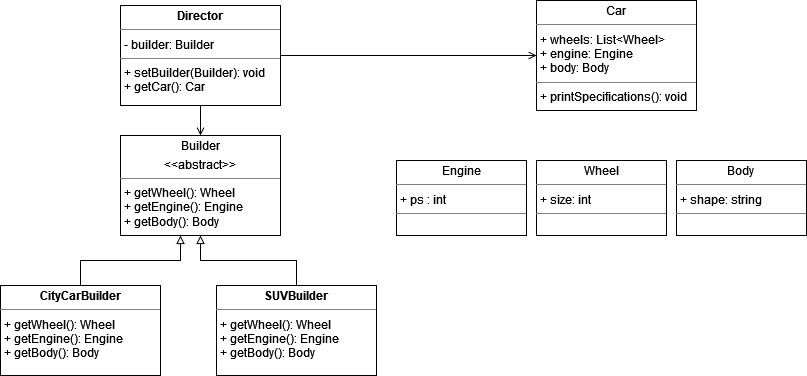
Before: Builder/car_builder.png, a diagram exported from draw.io (clstaudt/cpp-patterns). Source tidied: cells renumbered, new cells last; positions are measured from the earlier drawing's top-left corner, leaving out a move shared by most shapes. Its diagram source:
```xml
<mxGraphModel>
  <root>
    <mxCell id="0" />
    <mxCell id="1" parent="0" />
    <mxCell id="2" style="edgeStyle=orthogonalEdgeStyle;rounded=0;jettySize=auto;html=1;entryX=0.5;entryY=0;entryDx=0;entryDy=0;endArrow=open;endFill=0;" parent="1" edge="1" source="4" target="7">
      <mxGeometry relative="1" as="geometry" />
    </mxCell>
    <mxCell id="3" style="edgeStyle=orthogonalEdgeStyle;rounded=0;jettySize=auto;html=1;entryX=0;entryY=0.5;entryDx=0;entryDy=0;endArrow=open;endFill=0;" parent="1" edge="1" source="4" target="5">
      <mxGeometry relative="1" as="geometry" />
    </mxCell>
    <mxCell id="4" value="&lt;p style=&quot;margin:0px;margin-top:4px;text-align:center;&quot;&gt;&lt;b&gt;Director&lt;/b&gt;&lt;/p&gt;&lt;hr size=&quot;1&quot;&gt;&lt;p style=&quot;margin:0px;margin-left:4px;&quot;&gt;- builder: Builder&lt;/p&gt;&lt;hr size=&quot;1&quot;&gt;&lt;p style=&quot;margin:0px;margin-left:4px;&quot;&gt;+ setBuilder(Builder): void&lt;/p&gt;&lt;p style=&quot;margin:0px;margin-left:4px;&quot;&gt;+ getCar(): Car&lt;br&gt;&lt;/p&gt;" style="verticalAlign=top;align=left;overflow=fill;fontSize=12;fontFamily=Helvetica;html=1;" parent="1" vertex="1">
      <mxGeometry x="120" y="5" width="160" height="100" as="geometry" />
    </mxCell>
    <mxCell id="5" value="&lt;p style=&quot;margin:0px;margin-top:4px;text-align:center;&quot;&gt;Car&lt;/p&gt;&lt;hr size=&quot;1&quot;&gt;&lt;p style=&quot;margin:0px;margin-left:4px;&quot;&gt;+ wheels: List&amp;lt;Wheel&amp;gt;&lt;/p&gt;&lt;p style=&quot;margin:0px;margin-left:4px;&quot;&gt;+ engine: Engine&lt;/p&gt;&lt;p style=&quot;margin:0px;margin-left:4px;&quot;&gt;+ body: Body&lt;br&gt;&lt;/p&gt;&lt;hr size=&quot;1&quot;&gt;&lt;p style=&quot;margin:0px;margin-left:4px;&quot;&gt;+ printSpecifications(): void&lt;/p&gt;" style="verticalAlign=top;align=left;overflow=fill;fontSize=12;fontFamily=Helvetica;html=1;" parent="1" vertex="1">
      <mxGeometry x="536" width="160" height="110" as="geometry" />
    </mxCell>
    <mxCell id="6" value="&lt;p style=&quot;margin:0px;margin-top:4px;text-align:center;&quot;&gt;Engine&lt;/p&gt;&lt;hr size=&quot;1&quot;&gt;&lt;p style=&quot;margin:0px;margin-left:4px;&quot;&gt;+ ps : int&lt;/p&gt;&lt;hr size=&quot;1&quot;&gt;" style="verticalAlign=top;align=left;overflow=fill;fontSize=12;fontFamily=Helvetica;html=1;" parent="1" vertex="1">
      <mxGeometry x="396" y="160" width="130" height="75" as="geometry" />
    </mxCell>
    <mxCell id="7" value="&lt;p style=&quot;margin:0px;margin-top:4px;text-align:center;&quot;&gt;Builder&lt;/p&gt;&lt;p style=&quot;margin:0px;margin-top:4px;text-align:center;&quot;&gt;&amp;lt;&amp;lt;abstract&amp;gt;&amp;gt;&lt;br&gt;&lt;/p&gt;&lt;hr size=&quot;1&quot;&gt;&lt;p style=&quot;margin:0px;margin-left:4px;&quot;&gt;+ getWheel(): Wheel&lt;/p&gt;&lt;p style=&quot;margin:0px;margin-left:4px;&quot;&gt;+ getEngine(): Engine&lt;/p&gt;&lt;p style=&quot;margin:0px;margin-left:4px;&quot;&gt;+ getBody(): Body&lt;br&gt;&lt;/p&gt;" style="verticalAlign=top;align=left;overflow=fill;fontSize=12;fontFamily=Helvetica;html=1;" parent="1" vertex="1">
      <mxGeometry x="120" y="135" width="160" height="100" as="geometry" />
    </mxCell>
    <mxCell id="8" style="edgeStyle=orthogonalEdgeStyle;rounded=0;jettySize=auto;html=1;endArrow=block;endFill=0;exitX=0.5;exitY=0;exitDx=0;exitDy=0;" parent="1" edge="1" source="9">
      <mxGeometry relative="1" as="geometry">
        <mxPoint x="180" y="235" as="targetPoint" />
      </mxGeometry>
    </mxCell>
    <mxCell id="9" value="&lt;p style=&quot;margin:0px;margin-top:4px;text-align:center;&quot;&gt;&lt;b&gt;CityCarBuilder&lt;/b&gt;&lt;/p&gt;&lt;hr size=&quot;1&quot;&gt;&lt;p style=&quot;margin:0px;margin-left:4px;&quot;&gt;+ getWheel(): Wheel&lt;/p&gt;&lt;p style=&quot;margin:0px;margin-left:4px;&quot;&gt;+ getEngine(): Engine&lt;/p&gt;&lt;p style=&quot;margin:0px;margin-left:4px;&quot;&gt;+ getBody(): Body&lt;/p&gt;" style="verticalAlign=top;align=left;overflow=fill;fontSize=12;fontFamily=Helvetica;html=1;" parent="1" vertex="1">
      <mxGeometry y="285" width="160" height="90" as="geometry" />
    </mxCell>
    <mxCell id="10" style="edgeStyle=orthogonalEdgeStyle;rounded=0;jettySize=auto;html=1;exitX=0.5;exitY=0;exitDx=0;exitDy=0;entryX=0.5;entryY=1;entryDx=0;entryDy=0;endArrow=block;endFill=0;" parent="1" edge="1" source="11" target="7">
      <mxGeometry relative="1" as="geometry" />
    </mxCell>
    <mxCell id="11" value="&lt;p style=&quot;margin:0px;margin-top:4px;text-align:center;&quot;&gt;&lt;b&gt;SUVBuilder&lt;/b&gt;&lt;/p&gt;&lt;hr size=&quot;1&quot;&gt;&lt;p style=&quot;margin:0px;margin-left:4px;&quot;&gt;+ getWheel(): Wheel&lt;/p&gt;&lt;p style=&quot;margin:0px;margin-left:4px;&quot;&gt;+ getEngine(): Engine&lt;/p&gt;&lt;p style=&quot;margin:0px;margin-left:4px;&quot;&gt;+ getBody(): Body&lt;/p&gt;" style="verticalAlign=top;align=left;overflow=fill;fontSize=12;fontFamily=Helvetica;html=1;" parent="1" vertex="1">
      <mxGeometry x="216" y="285" width="160" height="90" as="geometry" />
    </mxCell>
    <mxCell id="12" value="&lt;p style=&quot;margin:0px;margin-top:4px;text-align:center;&quot;&gt;Wheel&lt;/p&gt;&lt;hr size=&quot;1&quot;&gt;&lt;p style=&quot;margin:0px;margin-left:4px;&quot;&gt;+ size: int&lt;/p&gt;&lt;hr size=&quot;1&quot;&gt;" style="verticalAlign=top;align=left;overflow=fill;fontSize=12;fontFamily=Helvetica;html=1;" parent="1" vertex="1">
      <mxGeometry x="536" y="160" width="130" height="75" as="geometry" />
    </mxCell>
    <mxCell id="13" value="&lt;p style=&quot;margin:0px;margin-top:4px;text-align:center;&quot;&gt;Body&lt;br&gt;&lt;/p&gt;&lt;hr size=&quot;1&quot;&gt;&lt;p style=&quot;margin:0px;margin-left:4px;&quot;&gt;+ shape: string&lt;/p&gt;&lt;hr size=&quot;1&quot;&gt;" style="verticalAlign=top;align=left;overflow=fill;fontSize=12;fontFamily=Helvetica;html=1;" parent="1" vertex="1">
      <mxGeometry x="676" y="160" width="130" height="75" as="geometry" />
    </mxCell>
  </root>
</mxGraphModel>
```
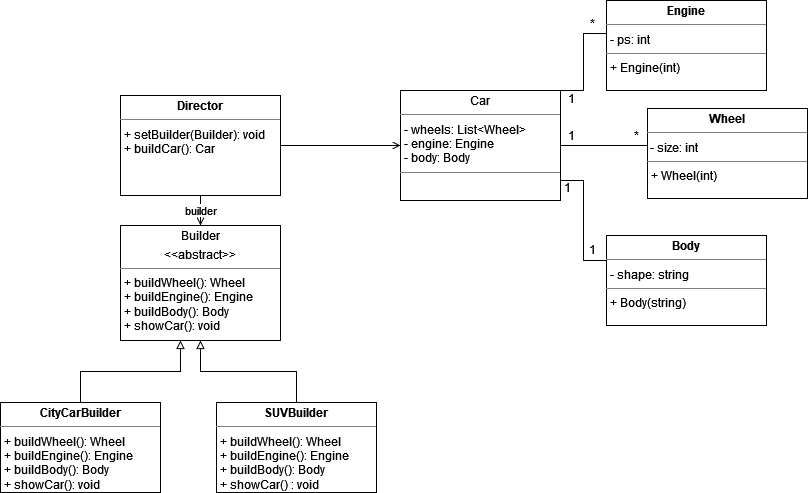
The same file after the commit.

Diff of the diagram source:
```diff
@@ -2,43 +2,81 @@
   <root>
     <mxCell id="0" />
     <mxCell id="1" parent="0" />
-    <mxCell id="2" style="edgeStyle=orthogonalEdgeStyle;rounded=0;jettySize=auto;html=1;entryX=0.5;entryY=0;entryDx=0;entryDy=0;endArrow=open;endFill=0;" parent="1" edge="1" source="4" target="7">
+    <mxCell id="2" value="builder" style="edgeStyle=orthogonalEdgeStyle;rounded=0;jettySize=auto;html=1;entryX=0.5;entryY=0;entryDx=0;entryDy=0;endArrow=open;endFill=0;" parent="1" edge="1" source="4" target="7">
       <mxGeometry relative="1" as="geometry" />
     </mxCell>
     <mxCell id="3" style="edgeStyle=orthogonalEdgeStyle;rounded=0;jettySize=auto;html=1;entryX=0;entryY=0.5;entryDx=0;entryDy=0;endArrow=open;endFill=0;" parent="1" edge="1" source="4" target="5">
       <mxGeometry relative="1" as="geometry" />
     </mxCell>
-    <mxCell id="4" value="&lt;p style=&quot;margin:0px;margin-top:4px;text-align:center;&quot;&gt;&lt;b&gt;Director&lt;/b&gt;&lt;/p&gt;&lt;hr size=&quot;1&quot;&gt;&lt;p style=&quot;margin:0px;margin-left:4px;&quot;&gt;- builder: Builder&lt;/p&gt;&lt;hr size=&quot;1&quot;&gt;&lt;p style=&quot;margin:0px;margin-left:4px;&quot;&gt;+ setBuilder(Builder): void&lt;/p&gt;&lt;p style=&quot;margin:0px;margin-left:4px;&quot;&gt;+ getCar(): Car&lt;br&gt;&lt;/p&gt;" style="verticalAlign=top;align=left;overflow=fill;fontSize=12;fontFamily=Helvetica;html=1;" parent="1" vertex="1">
+    <mxCell id="4" value="&lt;p style=&quot;margin:0px;margin-top:4px;text-align:center;&quot;&gt;&lt;b&gt;Director&lt;/b&gt;&lt;/p&gt;&lt;hr size=&quot;1&quot;&gt;&lt;p style=&quot;margin:0px;margin-left:4px;&quot;&gt;+ setBuilder(Builder): void&lt;/p&gt;&lt;p style=&quot;margin:0px;margin-left:4px;&quot;&gt;+ buildCar(): Car&lt;br&gt;&lt;/p&gt;" style="verticalAlign=top;align=left;overflow=fill;fontSize=12;fontFamily=Helvetica;html=1;" parent="1" vertex="1">
       <mxGeometry x="120" y="5" width="160" height="100" as="geometry" />
     </mxCell>
+    <mxCell id="14" style="edgeStyle=orthogonalEdgeStyle;rounded=0;jettySize=auto;html=1;entryX=0.019;entryY=0.411;entryDx=0;entryDy=0;entryPerimeter=0;endArrow=none;endFill=0;startArrow=none;startFill=0;" parent="1" edge="1" source="5" target="18">
+      <mxGeometry relative="1" as="geometry" />
+    </mxCell>
+    <mxCell id="15" style="edgeStyle=orthogonalEdgeStyle;rounded=0;jettySize=auto;html=1;entryX=0.013;entryY=0.367;entryDx=0;entryDy=0;entryPerimeter=0;startArrow=none;startFill=0;endArrow=none;endFill=0;" parent="1" edge="1" source="5" target="17">
+      <mxGeometry relative="1" as="geometry">
+        <Array as="points">
+          <mxPoint x="583" />
+          <mxPoint x="583" y="-57" />
+        </Array>
+      </mxGeometry>
+    </mxCell>
+    <mxCell id="16" style="edgeStyle=orthogonalEdgeStyle;rounded=0;jettySize=auto;html=1;entryX=0;entryY=0.25;entryDx=0;entryDy=0;startArrow=none;startFill=0;endArrow=none;endFill=0;" parent="1" edge="1" source="5" target="19">
+      <mxGeometry relative="1" as="geometry">
+        <Array as="points">
+          <mxPoint x="583" y="90" />
+          <mxPoint x="583" y="170" />
+          <mxPoint x="606" y="170" />
+        </Array>
+      </mxGeometry>
+    </mxCell>
-    <mxCell id="5" value="&lt;p style=&quot;margin:0px;margin-top:4px;text-align:center;&quot;&gt;Car&lt;/p&gt;&lt;hr size=&quot;1&quot;&gt;&lt;p style=&quot;margin:0px;margin-left:4px;&quot;&gt;+ wheels: List&amp;lt;Wheel&amp;gt;&lt;/p&gt;&lt;p style=&quot;margin:0px;margin-left:4px;&quot;&gt;+ engine: Engine&lt;/p&gt;&lt;p style=&quot;margin:0px;margin-left:4px;&quot;&gt;+ body: Body&lt;br&gt;&lt;/p&gt;&lt;hr size=&quot;1&quot;&gt;&lt;p style=&quot;margin:0px;margin-left:4px;&quot;&gt;+ printSpecifications(): void&lt;/p&gt;" style="verticalAlign=top;align=left;overflow=fill;fontSize=12;fontFamily=Helvetica;html=1;" parent="1" vertex="1">
-      <mxGeometry x="536" width="160" height="110" as="geometry" />
+    <mxCell id="5" value="&lt;p style=&quot;margin:0px;margin-top:4px;text-align:center;&quot;&gt;Car&lt;/p&gt;&lt;hr size=&quot;1&quot;&gt;&lt;p style=&quot;margin:0px;margin-left:4px;&quot;&gt;- wheels: List&amp;lt;Wheel&amp;gt;&lt;/p&gt;&lt;p style=&quot;margin:0px;margin-left:4px;&quot;&gt;- engine: Engine&lt;/p&gt;&lt;p style=&quot;margin:0px;margin-left:4px;&quot;&gt;- body: Body&lt;br&gt;&lt;/p&gt;&lt;hr size=&quot;1&quot;&gt;" style="verticalAlign=top;align=left;overflow=fill;fontSize=12;fontFamily=Helvetica;html=1;" parent="1" vertex="1">
+      <mxGeometry x="400" width="160" height="110" as="geometry" />
     </mxCell>
-    <mxCell id="6" value="&lt;p style=&quot;margin:0px;margin-top:4px;text-align:center;&quot;&gt;Engine&lt;/p&gt;&lt;hr size=&quot;1&quot;&gt;&lt;p style=&quot;margin:0px;margin-left:4px;&quot;&gt;+ ps : int&lt;/p&gt;&lt;hr size=&quot;1&quot;&gt;" style="verticalAlign=top;align=left;overflow=fill;fontSize=12;fontFamily=Helvetica;html=1;" parent="1" vertex="1">
-      <mxGeometry x="396" y="160" width="130" height="75" as="geometry" />
-    </mxCell>
-    <mxCell id="7" value="&lt;p style=&quot;margin:0px;margin-top:4px;text-align:center;&quot;&gt;Builder&lt;/p&gt;&lt;p style=&quot;margin:0px;margin-top:4px;text-align:center;&quot;&gt;&amp;lt;&amp;lt;abstract&amp;gt;&amp;gt;&lt;br&gt;&lt;/p&gt;&lt;hr size=&quot;1&quot;&gt;&lt;p style=&quot;margin:0px;margin-left:4px;&quot;&gt;+ getWheel(): Wheel&lt;/p&gt;&lt;p style=&quot;margin:0px;margin-left:4px;&quot;&gt;+ getEngine(): Engine&lt;/p&gt;&lt;p style=&quot;margin:0px;margin-left:4px;&quot;&gt;+ getBody(): Body&lt;br&gt;&lt;/p&gt;" style="verticalAlign=top;align=left;overflow=fill;fontSize=12;fontFamily=Helvetica;html=1;" parent="1" vertex="1">
-      <mxGeometry x="120" y="135" width="160" height="100" as="geometry" />
+    <mxCell id="7" value="&lt;p style=&quot;margin:0px;margin-top:4px;text-align:center;&quot;&gt;Builder&lt;/p&gt;&lt;p style=&quot;margin:0px;margin-top:4px;text-align:center;&quot;&gt;&amp;lt;&amp;lt;abstract&amp;gt;&amp;gt;&lt;br&gt;&lt;/p&gt;&lt;hr size=&quot;1&quot;&gt;&lt;p style=&quot;margin:0px;margin-left:4px;&quot;&gt;+ buildWheel(): Wheel&lt;/p&gt;&lt;p style=&quot;margin:0px;margin-left:4px;&quot;&gt;+ buildEngine(): Engine&lt;/p&gt;&lt;p style=&quot;margin:0px;margin-left:4px;&quot;&gt;+ buildBody(): Body&lt;/p&gt;&lt;p style=&quot;margin:0px;margin-left:4px;&quot;&gt;+ showCar(): void&lt;br&gt;&lt;/p&gt;" style="verticalAlign=top;align=left;overflow=fill;fontSize=12;fontFamily=Helvetica;html=1;" parent="1" vertex="1">
+      <mxGeometry x="120" y="135" width="160" height="115" as="geometry" />
     </mxCell>
     <mxCell id="8" style="edgeStyle=orthogonalEdgeStyle;rounded=0;jettySize=auto;html=1;endArrow=block;endFill=0;exitX=0.5;exitY=0;exitDx=0;exitDy=0;" parent="1" edge="1" source="9">
       <mxGeometry relative="1" as="geometry">
-        <mxPoint x="180" y="235" as="targetPoint" />
+        <mxPoint x="180" y="250" as="targetPoint" />
       </mxGeometry>
     </mxCell>
-    <mxCell id="9" value="&lt;p style=&quot;margin:0px;margin-top:4px;text-align:center;&quot;&gt;&lt;b&gt;CityCarBuilder&lt;/b&gt;&lt;/p&gt;&lt;hr size=&quot;1&quot;&gt;&lt;p style=&quot;margin:0px;margin-left:4px;&quot;&gt;+ getWheel(): Wheel&lt;/p&gt;&lt;p style=&quot;margin:0px;margin-left:4px;&quot;&gt;+ getEngine(): Engine&lt;/p&gt;&lt;p style=&quot;margin:0px;margin-left:4px;&quot;&gt;+ getBody(): Body&lt;/p&gt;" style="verticalAlign=top;align=left;overflow=fill;fontSize=12;fontFamily=Helvetica;html=1;" parent="1" vertex="1">
-      <mxGeometry y="285" width="160" height="90" as="geometry" />
+    <mxCell id="9" value="&lt;p style=&quot;margin:0px;margin-top:4px;text-align:center;&quot;&gt;&lt;b&gt;CityCarBuilder&lt;/b&gt;&lt;/p&gt;&lt;hr size=&quot;1&quot;&gt;&lt;p style=&quot;margin:0px;margin-left:4px;&quot;&gt;+ buildWheel(): Wheel&lt;/p&gt;&lt;p style=&quot;margin:0px;margin-left:4px;&quot;&gt;+ buildEngine(): Engine&lt;/p&gt;&lt;p style=&quot;margin:0px;margin-left:4px;&quot;&gt;+ buildBody(): Body&lt;/p&gt;&lt;p style=&quot;margin:0px;margin-left:4px;&quot;&gt;+ showCar(): void&lt;br&gt;&lt;/p&gt;" style="verticalAlign=top;align=left;overflow=fill;fontSize=12;fontFamily=Helvetica;html=1;" parent="1" vertex="1">
+      <mxGeometry y="312" width="160" height="90" as="geometry" />
     </mxCell>
     <mxCell id="10" style="edgeStyle=orthogonalEdgeStyle;rounded=0;jettySize=auto;html=1;exitX=0.5;exitY=0;exitDx=0;exitDy=0;entryX=0.5;entryY=1;entryDx=0;entryDy=0;endArrow=block;endFill=0;" parent="1" edge="1" source="11" target="7">
       <mxGeometry relative="1" as="geometry" />
     </mxCell>
-    <mxCell id="11" value="&lt;p style=&quot;margin:0px;margin-top:4px;text-align:center;&quot;&gt;&lt;b&gt;SUVBuilder&lt;/b&gt;&lt;/p&gt;&lt;hr size=&quot;1&quot;&gt;&lt;p style=&quot;margin:0px;margin-left:4px;&quot;&gt;+ getWheel(): Wheel&lt;/p&gt;&lt;p style=&quot;margin:0px;margin-left:4px;&quot;&gt;+ getEngine(): Engine&lt;/p&gt;&lt;p style=&quot;margin:0px;margin-left:4px;&quot;&gt;+ getBody(): Body&lt;/p&gt;" style="verticalAlign=top;align=left;overflow=fill;fontSize=12;fontFamily=Helvetica;html=1;" parent="1" vertex="1">
-      <mxGeometry x="216" y="285" width="160" height="90" as="geometry" />
+    <mxCell id="11" value="&lt;p style=&quot;margin:0px;margin-top:4px;text-align:center;&quot;&gt;&lt;b&gt;SUVBuilder&lt;/b&gt;&lt;/p&gt;&lt;hr size=&quot;1&quot;&gt;&lt;p style=&quot;margin:0px;margin-left:4px;&quot;&gt;+ buildWheel(): Wheel&lt;/p&gt;&lt;p style=&quot;margin:0px;margin-left:4px;&quot;&gt;+ buildEngine(): Engine&lt;/p&gt;&lt;p style=&quot;margin:0px;margin-left:4px;&quot;&gt;+ buildBody(): Body&lt;/p&gt;&lt;p style=&quot;margin:0px;margin-left:4px;&quot;&gt;+ showCar() : void&lt;br&gt;&lt;/p&gt;" style="verticalAlign=top;align=left;overflow=fill;fontSize=12;fontFamily=Helvetica;html=1;" parent="1" vertex="1">
+      <mxGeometry x="216" y="312" width="160" height="90" as="geometry" />
     </mxCell>
-    <mxCell id="12" value="&lt;p style=&quot;margin:0px;margin-top:4px;text-align:center;&quot;&gt;Wheel&lt;/p&gt;&lt;hr size=&quot;1&quot;&gt;&lt;p style=&quot;margin:0px;margin-left:4px;&quot;&gt;+ size: int&lt;/p&gt;&lt;hr size=&quot;1&quot;&gt;" style="verticalAlign=top;align=left;overflow=fill;fontSize=12;fontFamily=Helvetica;html=1;" parent="1" vertex="1">
-      <mxGeometry x="536" y="160" width="130" height="75" as="geometry" />
-    </mxCell>
-    <mxCell id="13" value="&lt;p style=&quot;margin:0px;margin-top:4px;text-align:center;&quot;&gt;Body&lt;br&gt;&lt;/p&gt;&lt;hr size=&quot;1&quot;&gt;&lt;p style=&quot;margin:0px;margin-left:4px;&quot;&gt;+ shape: string&lt;/p&gt;&lt;hr size=&quot;1&quot;&gt;" style="verticalAlign=top;align=left;overflow=fill;fontSize=12;fontFamily=Helvetica;html=1;" parent="1" vertex="1">
-      <mxGeometry x="676" y="160" width="130" height="75" as="geometry" />
-    </mxCell>
+    <mxCell id="17" value="&lt;p style=&quot;margin:0px;margin-top:4px;text-align:center;&quot;&gt;&lt;b&gt;Engine&lt;/b&gt;&lt;/p&gt;&lt;hr size=&quot;1&quot;&gt;&lt;p style=&quot;margin:0px;margin-left:4px;&quot;&gt;- ps: int&lt;br&gt;&lt;/p&gt;&lt;hr size=&quot;1&quot;&gt;&lt;p style=&quot;margin:0px;margin-left:4px;&quot;&gt;+ Engine(int)&lt;br&gt;&lt;/p&gt;" style="verticalAlign=top;align=left;overflow=fill;fontSize=12;fontFamily=Helvetica;html=1;" parent="1" vertex="1">
+      <mxGeometry x="606" y="-90" width="160" height="90" as="geometry" />
+    </mxCell>
+    <mxCell id="18" value="&lt;p style=&quot;margin:0px;margin-top:4px;text-align:center;&quot;&gt;&lt;b&gt;Wheel&lt;/b&gt;&lt;/p&gt;&lt;hr size=&quot;1&quot;&gt;&amp;nbsp;- size: int&lt;br&gt;&lt;hr size=&quot;1&quot;&gt;&lt;p style=&quot;margin:0px;margin-left:4px;&quot;&gt;+ Wheel(int)&lt;br&gt;&lt;/p&gt;" style="verticalAlign=top;align=left;overflow=fill;fontSize=12;fontFamily=Helvetica;html=1;" parent="1" vertex="1">
+      <mxGeometry x="647" y="18" width="160" height="90" as="geometry" />
+    </mxCell>
+    <mxCell id="19" value="&lt;p style=&quot;margin:0px;margin-top:4px;text-align:center;&quot;&gt;&lt;b&gt;Body&lt;/b&gt;&lt;/p&gt;&lt;hr size=&quot;1&quot;&gt;&lt;p style=&quot;margin:0px;margin-left:4px;&quot;&gt;- shape: string&lt;br&gt;&lt;/p&gt;&lt;hr size=&quot;1&quot;&gt;&lt;p style=&quot;margin:0px;margin-left:4px;&quot;&gt;+ Body(string)&lt;br&gt;&lt;/p&gt;" style="verticalAlign=top;align=left;overflow=fill;fontSize=12;fontFamily=Helvetica;html=1;" parent="1" vertex="1">
+      <mxGeometry x="606" y="145" width="160" height="90" as="geometry" />
+    </mxCell>
+    <mxCell id="20" value="1" style="text;html=1;align=center;verticalAlign=middle;fillColor=none;strokeColor=none;rounded=0;" parent="1" vertex="1">
+      <mxGeometry x="556" y="30" width="30" height="30" as="geometry" />
+    </mxCell>
+    <mxCell id="21" value="1" style="text;html=1;align=center;verticalAlign=middle;fillColor=none;strokeColor=none;rounded=0;" parent="1" vertex="1">
+      <mxGeometry x="556" y="-7" width="30" height="30" as="geometry" />
+    </mxCell>
+    <mxCell id="22" value="1" style="text;html=1;align=center;verticalAlign=middle;fillColor=none;strokeColor=none;rounded=0;" parent="1" vertex="1">
+      <mxGeometry x="552" y="82" width="30" height="30" as="geometry" />
+    </mxCell>
+    <mxCell id="23" value="1" style="text;html=1;align=center;verticalAlign=middle;fillColor=none;strokeColor=none;rounded=0;" parent="1" vertex="1">
+      <mxGeometry x="577" y="144" width="30" height="30" as="geometry" />
+    </mxCell>
+    <mxCell id="24" value="*" style="text;html=1;align=center;verticalAlign=middle;fillColor=none;strokeColor=none;rounded=0;" parent="1" vertex="1">
+      <mxGeometry x="621" y="30" width="30" height="30" as="geometry" />
+    </mxCell>
+    <mxCell id="25" value="*" style="text;html=1;align=center;verticalAlign=middle;fillColor=none;strokeColor=none;rounded=0;" parent="1" vertex="1">
+      <mxGeometry x="577" y="-82" width="30" height="30" as="geometry" />
+    </mxCell>
   </root>
 </mxGraphModel>
```
